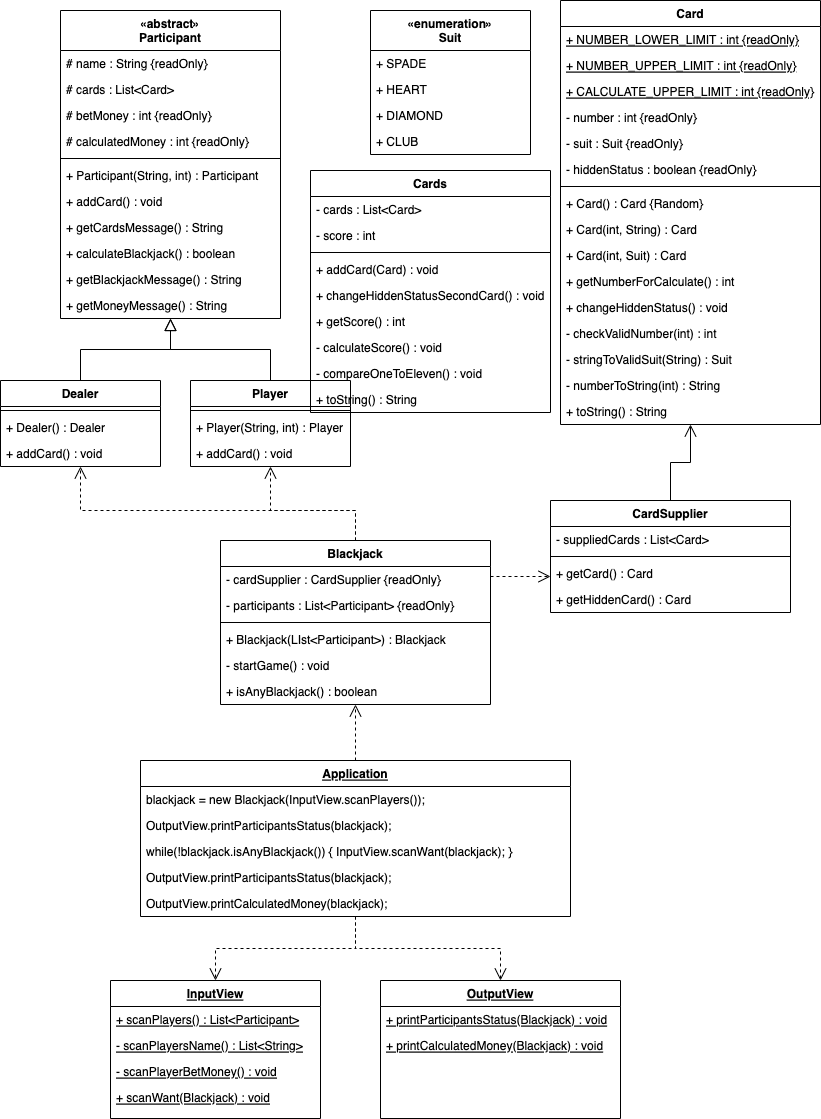
Above: DiagramBlackjack.drawio.png in muttjimmypark/java-blackjack-playground (draw.io), before the change. Source tidied: cells renumbered, new cells last; positions are measured from the earlier drawing's top-left corner, leaving out a move shared by most shapes.
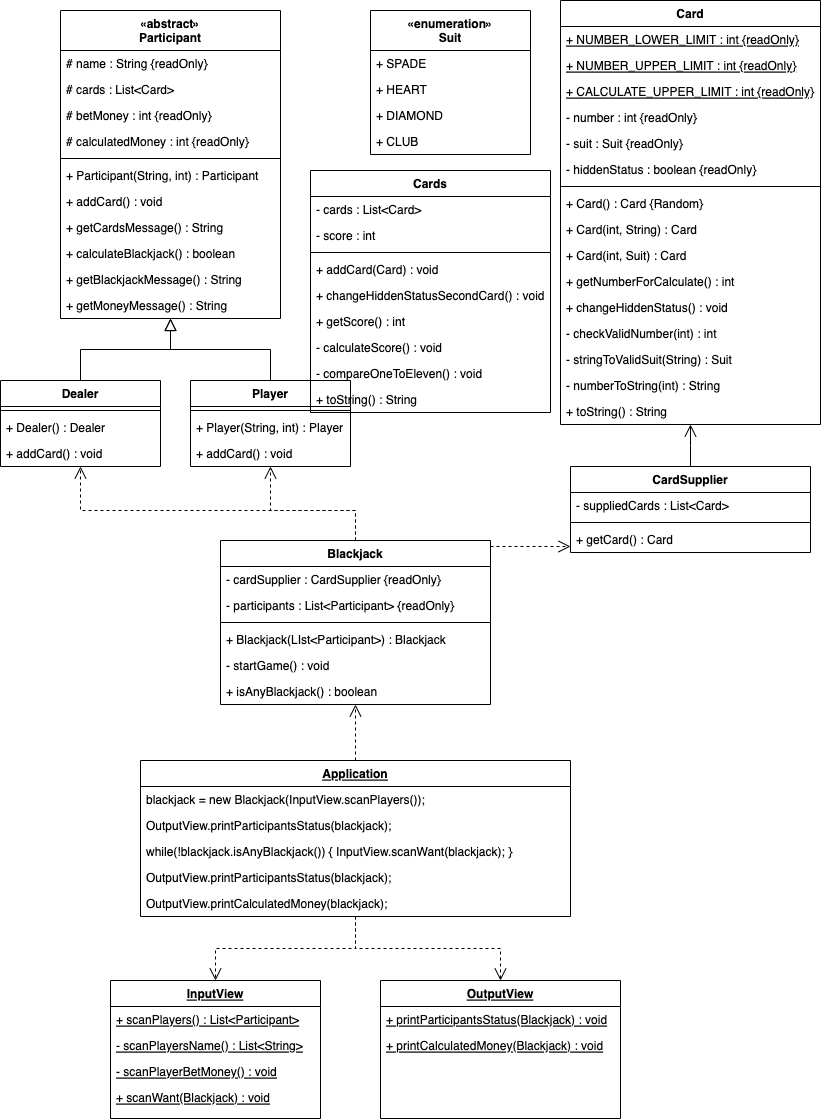
Later version of the same file.

Commit message:
fix(DiagramBlackjack) : CardSupplier 부분

The edit, as a diff of the source:
```diff
@@ -120,7 +120,7 @@
       <mxGeometry y="398" width="260" height="26" as="geometry" />
     </mxCell>
     <mxCell id="41" value="CardSupplier" style="swimlane;fontStyle=1;align=center;verticalAlign=top;horizontal=1;startSize=26;rounded=0;shadow=0;strokeWidth=1;" parent="1" vertex="1">
-      <mxGeometry x="550" y="500" width="240" height="112" as="geometry" />
+      <mxGeometry x="570" y="466" width="240" height="86" as="geometry" />
     </mxCell>
     <mxCell id="42" value="- suppliedCards : List&lt;Card&gt;" style="text;align=left;verticalAlign=top;spacingLeft=4;spacingRight=4;overflow=hidden;rounded=0;shadow=0;html=0;" parent="41" vertex="1">
       <mxGeometry y="26" width="240" height="26" as="geometry" />
@@ -131,9 +131,6 @@
     <mxCell id="44" value="+ getCard() : Card" style="text;align=left;verticalAlign=top;spacingLeft=4;spacingRight=4;overflow=hidden;" parent="41" vertex="1">
       <mxGeometry y="60" width="240" height="26" as="geometry" />
     </mxCell>
-    <mxCell id="45" value="+ getHiddenCard() : Card" style="text;align=left;verticalAlign=top;spacingLeft=4;spacingRight=4;overflow=hidden;" parent="41" vertex="1">
-      <mxGeometry y="86" width="240" height="26" as="geometry" />
-    </mxCell>
     <mxCell id="46" value="Blackjack" style="swimlane;fontStyle=1;align=center;verticalAlign=top;horizontal=1;startSize=26;rounded=0;shadow=0;strokeWidth=1;" parent="1" vertex="1">
       <mxGeometry x="220" y="540" width="270" height="164" as="geometry" />
     </mxCell>
```
